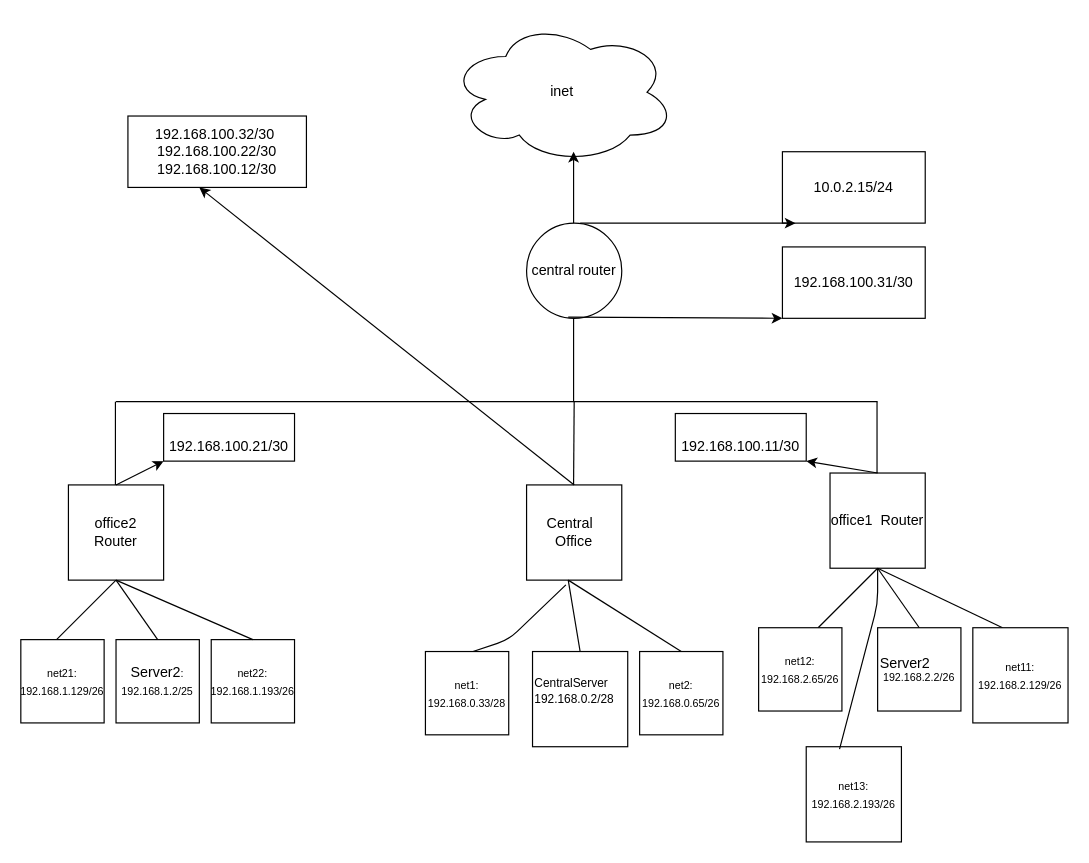
This is Lesson_25_Network/Lessson_25.drawio from pogosyan-it/otus-linux, a draw.io file, before an edit. Source tidied: cells renumbered, new cells numbered last; positions are measured from the earlier drawing's top-left corner, leaving out a move shared by most shapes. Both pictures are drawn from the tidied source at 119%, with x=0, y=0 at pixel (20, 20).
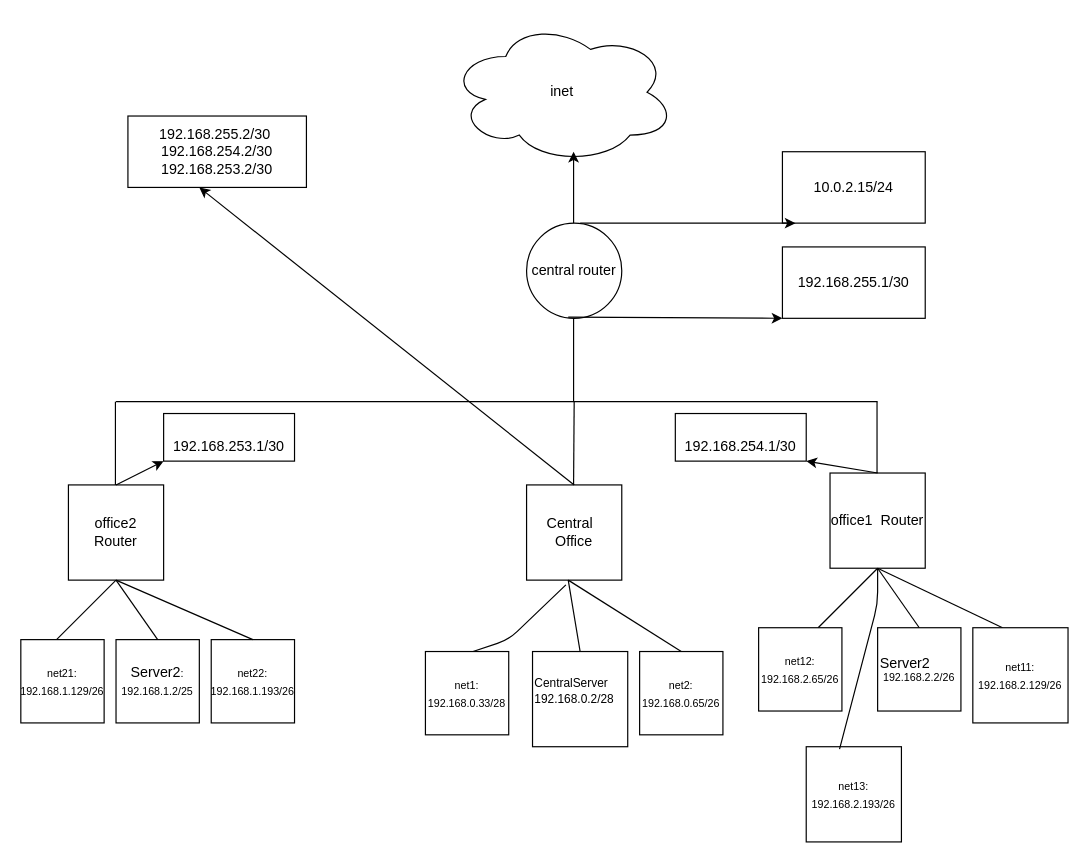
After the change.

The edit, as a diff of the source:
```diff
@@
-    <mxCell id="34" value="192.168.100.31/30" style="whiteSpace=wrap;html=1;" parent="1" vertex="1">
+    <mxCell id="34" value="192.168.255.1/30" style="whiteSpace=wrap;html=1;" parent="1" vertex="1">
       <mxGeometry x="640" y="190" width="120" height="60" as="geometry" />
     </mxCell>
@@
-    <mxCell id="38" value="192.168.100.32/30&amp;nbsp; 192.168.100.22/30 192.168.100.12/30" style="rounded=0;whiteSpace=wrap;html=1;" parent="1" vertex="1">
+    <mxCell id="38" value="192.168.255.2/30&amp;nbsp; 192.168.254.2/30 192.168.253.2/30" style="rounded=0;whiteSpace=wrap;html=1;" parent="1" vertex="1">
       <mxGeometry x="90" y="80" width="150" height="60" as="geometry" />
     </mxCell>
-    <mxCell id="39" value="&lt;br&gt;192.168.100.21/30&lt;br&gt;" style="rounded=0;whiteSpace=wrap;html=1;" parent="1" vertex="1">
+    <mxCell id="39" value="&lt;br&gt;192.168.253.1/30" style="rounded=0;whiteSpace=wrap;html=1;" parent="1" vertex="1">
       <mxGeometry x="120" y="330" width="110" height="40" as="geometry" />
     </mxCell>
@@
-    <mxCell id="41" value="&lt;br&gt;192.168.100.11/30&lt;br&gt;" style="rounded=0;whiteSpace=wrap;html=1;" parent="1" vertex="1">
+    <mxCell id="41" value="&lt;br&gt;192.168.254.1/30" style="rounded=0;whiteSpace=wrap;html=1;" parent="1" vertex="1">
       <mxGeometry x="550" y="330" width="110" height="40" as="geometry" />
     </mxCell>
```
